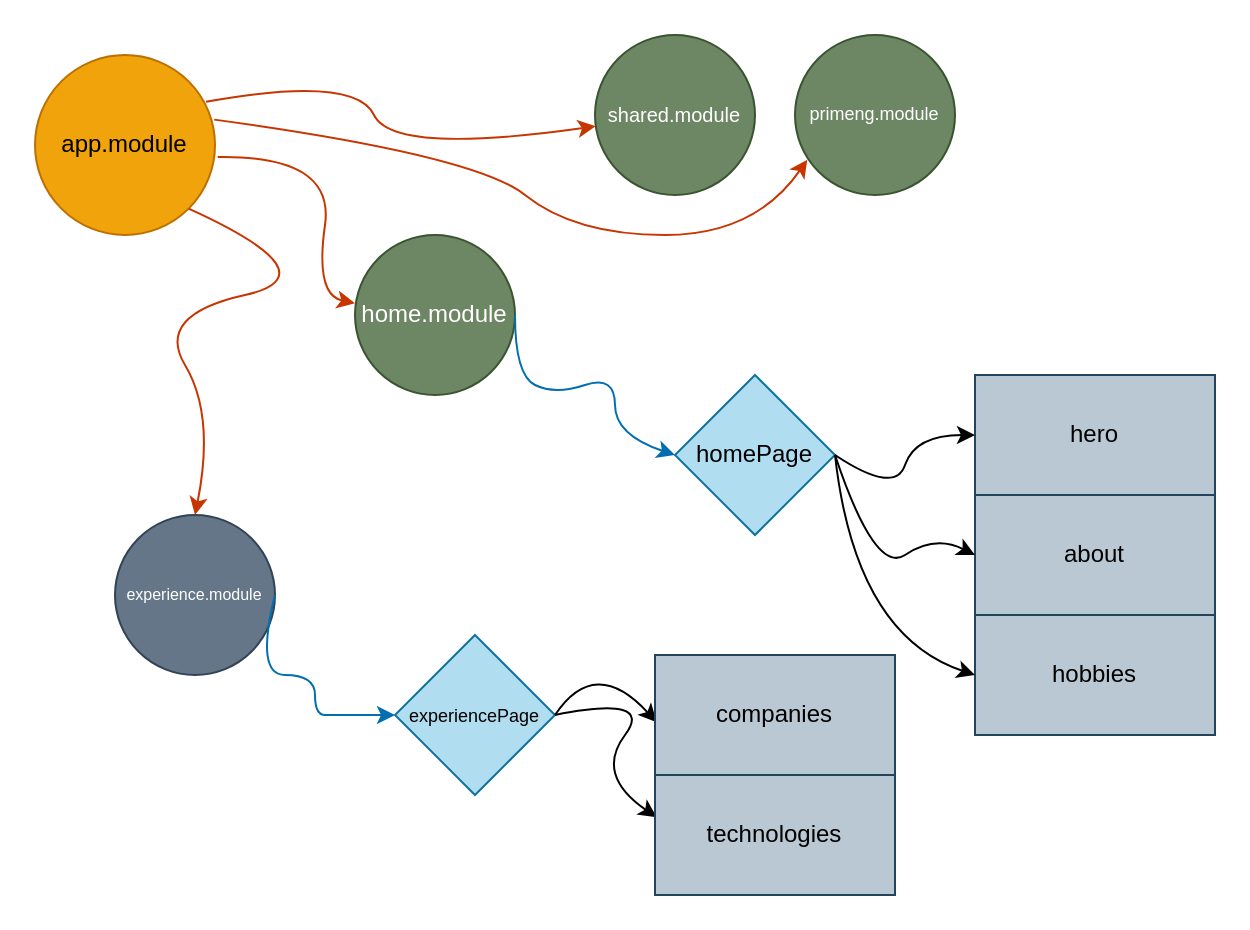
Earlier version of the draw.io diagram portfolio-angular.drawio (roberjacobo/portfolio-angular-roberjacobo). Source tidied: cells renumbered, new cells numbered last; positions are measured from the earlier drawing's top-left corner, leaving out a move shared by most shapes. Both pictures are drawn from the tidied source at 200%, with x=0, y=0 at pixel (34, 34).
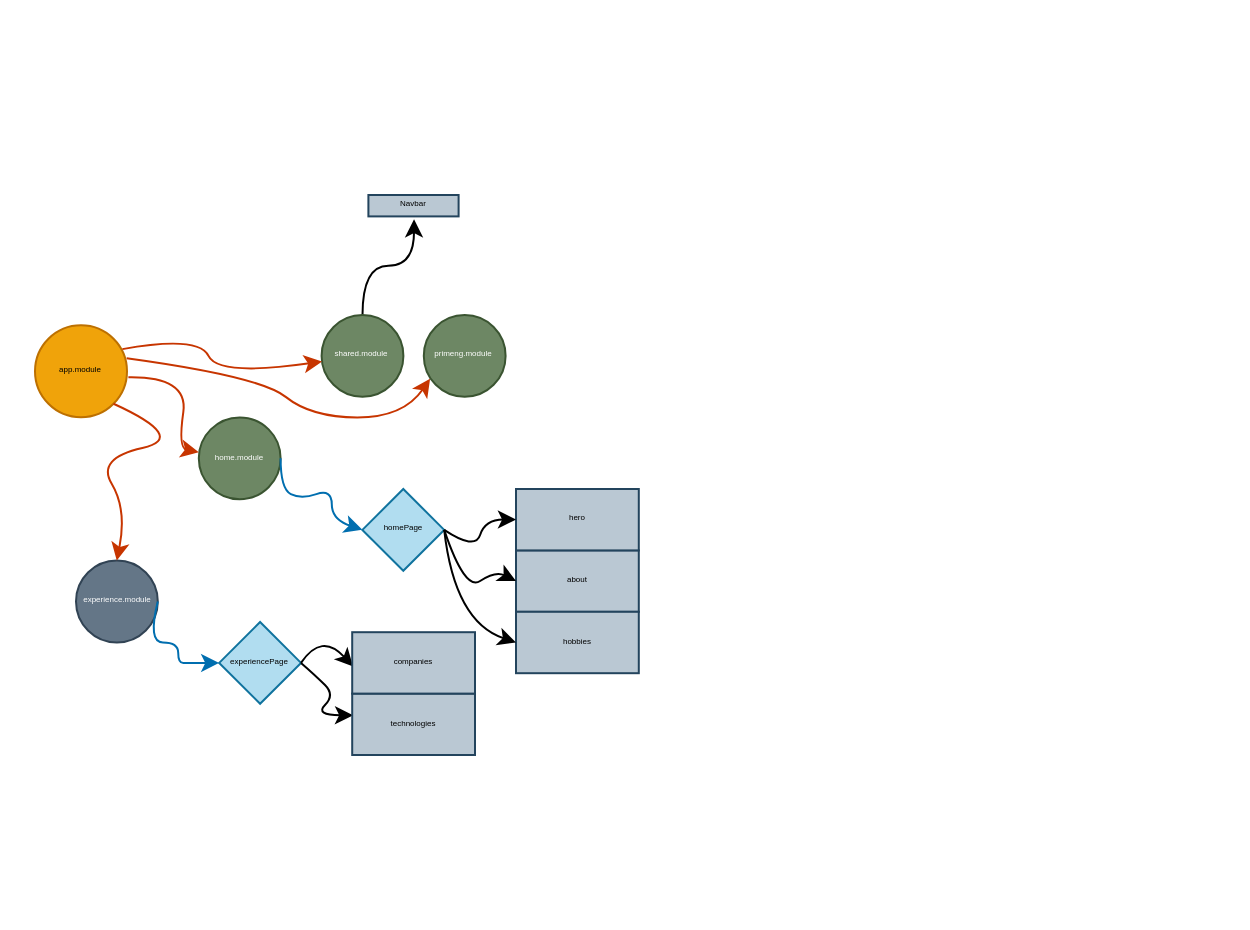
After the change.

Diff of the diagram source:
```diff
@@
+    <mxCell id="25" style="group;" parent="1" vertex="1">
+      <mxGeometry y="80" width="301.9" height="280" as="geometry" />
+    </mxCell>
-    <mxCell id="2" value="app.module" style="ellipse;whiteSpace=wrap;html=1;fillColor=#f0a30a;fontColor=#000000;strokeColor=#BD7000;" parent="1" vertex="1">
-      <mxGeometry y="10" width="90" height="90" as="geometry" />
+    <mxCell id="2" value="app.module" style="ellipse;whiteSpace=wrap;html=1;fillColor=#f0a30a;fontColor=#000000;strokeColor=#BD7000;fontSize=4;" parent="25" vertex="1">
+      <mxGeometry y="65.1" width="46" height="46" as="geometry" />
     </mxCell>
-    <mxCell id="3" value="home.module" style="ellipse;whiteSpace=wrap;html=1;fillColor=#6d8764;fontColor=#ffffff;strokeColor=#3A5431;" parent="1" vertex="1">
-      <mxGeometry x="160" y="100" width="80" height="80" as="geometry" />
+    <mxCell id="3" value="home.module" style="ellipse;whiteSpace=wrap;html=1;fillColor=#6d8764;fontColor=#ffffff;strokeColor=#3A5431;fontSize=4;" parent="25" vertex="1">
+      <mxGeometry x="81.9" y="111.2" width="40.9" height="40.9" as="geometry" />
     </mxCell>
-    <mxCell id="4" style="curved=1;endArrow=classic;html=1;rounded=0;exitX=1.015;exitY=0.567;exitDx=0;exitDy=0;exitPerimeter=0;entryX=0;entryY=0.426;entryDx=0;entryDy=0;entryPerimeter=0;fillColor=#fa6800;strokeColor=#C73500;" parent="1" edge="1" source="2" target="3">
+    <mxCell id="4" style="curved=1;endArrow=classic;html=1;rounded=0;exitX=1.015;exitY=0.567;exitDx=0;exitDy=0;exitPerimeter=0;entryX=0;entryY=0.426;entryDx=0;entryDy=0;entryPerimeter=0;fillColor=#fa6800;strokeColor=#C73500;fontSize=4;" parent="25" edge="1" source="2" target="3">
       <mxGeometry relative="1" as="geometry">
         <Array as="points">
-          <mxPoint x="150" y="60" />
-          <mxPoint x="140" y="130" />
+          <mxPoint x="76.7" y="90.7" />
+          <mxPoint x="71.6" y="126.5" />
         </Array>
       </mxGeometry>
     </mxCell>
-    <mxCell id="5" value="about" style="rounded=0;whiteSpace=wrap;html=1;fillColor=#bac8d3;strokeColor=#23445d;" parent="1" vertex="1">
-      <mxGeometry x="470" y="230" width="120" height="60" as="geometry" />
+    <mxCell id="5" value="about" style="rounded=0;whiteSpace=wrap;html=1;fillColor=#bac8d3;strokeColor=#23445d;fontSize=4;" parent="25" vertex="1">
+      <mxGeometry x="240.5" y="177.7" width="61.4" height="30.7" as="geometry" />
     </mxCell>
-    <mxCell id="6" value="hero" style="rounded=0;whiteSpace=wrap;html=1;fillColor=#bac8d3;strokeColor=#23445d;" parent="1" vertex="1">
-      <mxGeometry x="470" y="170" width="120" height="60" as="geometry" />
+    <mxCell id="6" value="hero" style="rounded=0;whiteSpace=wrap;html=1;fillColor=#bac8d3;strokeColor=#23445d;fontSize=4;" parent="25" vertex="1">
+      <mxGeometry x="240.5" y="147" width="61.4" height="30.7" as="geometry" />
     </mxCell>
-    <mxCell id="7" value="hobbies" style="rounded=0;whiteSpace=wrap;html=1;fillColor=#bac8d3;strokeColor=#23445d;" parent="1" vertex="1">
-      <mxGeometry x="470" y="290" width="120" height="60" as="geometry" />
+    <mxCell id="7" value="hobbies" style="rounded=0;whiteSpace=wrap;html=1;fillColor=#bac8d3;strokeColor=#23445d;fontSize=4;" parent="25" vertex="1">
+      <mxGeometry x="240.5" y="208.4" width="61.4" height="30.7" as="geometry" />
     </mxCell>
-    <mxCell id="8" value="homePage" style="rhombus;whiteSpace=wrap;html=1;fillColor=#b1ddf0;strokeColor=#10739e;" parent="1" vertex="1">
-      <mxGeometry x="320" y="170" width="80" height="80" as="geometry" />
+    <mxCell id="8" value="homePage" style="rhombus;whiteSpace=wrap;html=1;fillColor=#b1ddf0;strokeColor=#10739e;fontSize=4;" parent="25" vertex="1">
+      <mxGeometry x="163.7" y="147" width="40.9" height="40.9" as="geometry" />
     </mxCell>
-    <mxCell id="9" style="curved=1;endArrow=classic;html=1;rounded=0;entryX=0;entryY=0.5;entryDx=0;entryDy=0;exitX=1;exitY=0.5;exitDx=0;exitDy=0;fillColor=#1ba1e2;strokeColor=#006EAF;" parent="1" edge="1" source="3" target="8">
+    <mxCell id="9" style="curved=1;endArrow=classic;html=1;rounded=0;entryX=0;entryY=0.5;entryDx=0;entryDy=0;exitX=1;exitY=0.5;exitDx=0;exitDy=0;fillColor=#1ba1e2;strokeColor=#006EAF;fontSize=4;" parent="25" edge="1" source="3" target="8">
       <mxGeometry relative="1" as="geometry">
         <Array as="points">
-          <mxPoint x="240" y="170" />
-          <mxPoint x="260" y="180" />
-          <mxPoint x="290" y="170" />
-          <mxPoint x="290" y="200" />
-          <mxPoint x="320" y="210" />
+          <mxPoint x="122.8" y="147" />
+          <mxPoint x="133" y="152.1" />
+          <mxPoint x="148.4" y="147" />
+          <mxPoint x="148.4" y="162.3" />
+          <mxPoint x="163.7" y="167.4" />
         </Array>
       </mxGeometry>
     </mxCell>
-    <mxCell id="10" style="curved=1;endArrow=classic;html=1;rounded=0;exitX=1;exitY=0.5;exitDx=0;exitDy=0;" parent="1" edge="1" source="8">
+    <mxCell id="10" style="curved=1;endArrow=classic;html=1;rounded=0;exitX=1;exitY=0.5;exitDx=0;exitDy=0;fontSize=4;" parent="25" edge="1" source="8">
       <mxGeometry relative="1" as="geometry">
-        <mxPoint x="470" y="200" as="targetPoint" />
+        <mxPoint x="240.5" y="162.3" as="targetPoint" />
         <Array as="points">
-          <mxPoint x="430" y="230" />
-          <mxPoint x="440" y="200" />
+          <mxPoint x="220" y="177.7" />
+          <mxPoint x="225.1" y="162.3" />
         </Array>
       </mxGeometry>
     </mxCell>
-    <mxCell id="11" style="curved=1;endArrow=classic;html=1;rounded=0;exitX=1;exitY=0.5;exitDx=0;exitDy=0;" parent="1" edge="1" source="8">
+    <mxCell id="11" style="curved=1;endArrow=classic;html=1;rounded=0;exitX=1;exitY=0.5;exitDx=0;exitDy=0;fontSize=4;" parent="25" edge="1" source="8">
       <mxGeometry relative="1" as="geometry">
-        <mxPoint x="470" y="260" as="targetPoint" />
+        <mxPoint x="240.5" y="193" as="targetPoint" />
         <Array as="points">
-          <mxPoint x="420" y="270" />
-          <mxPoint x="450" y="250" />
+          <mxPoint x="214.9" y="198.1" />
+          <mxPoint x="230.2" y="187.9" />
         </Array>
       </mxGeometry>
     </mxCell>
-    <mxCell id="12" style="curved=1;endArrow=classic;html=1;rounded=0;exitX=1;exitY=0.5;exitDx=0;exitDy=0;" parent="1" edge="1" source="8">
+    <mxCell id="12" style="curved=1;endArrow=classic;html=1;rounded=0;exitX=1;exitY=0.5;exitDx=0;exitDy=0;fontSize=4;" parent="25" edge="1" source="8">
       <mxGeometry relative="1" as="geometry">
-        <mxPoint x="470" y="320" as="targetPoint" />
+        <mxPoint x="240.5" y="223.7" as="targetPoint" />
         <Array as="points">
-          <mxPoint x="410" y="300" />
+          <mxPoint x="209.8" y="213.5" />
         </Array>
       </mxGeometry>
     </mxCell>
-    <mxCell id="13" value="experience.module" style="ellipse;whiteSpace=wrap;html=1;fontSize=8;fillColor=#647687;fontColor=#ffffff;strokeColor=#314354;" parent="1" vertex="1">
-      <mxGeometry x="40" y="240" width="80" height="80" as="geometry" />
+    <mxCell id="13" value="experience.module" style="ellipse;whiteSpace=wrap;html=1;fontSize=4;fillColor=#647687;fontColor=#ffffff;strokeColor=#314354;" parent="25" vertex="1">
+      <mxGeometry x="20.5" y="182.8" width="40.9" height="40.9" as="geometry" />
     </mxCell>
-    <mxCell id="14" value="&lt;font style=&quot;font-size: 9px;&quot;&gt;experiencePage&lt;/font&gt;" style="rhombus;whiteSpace=wrap;html=1;fillColor=#b1ddf0;strokeColor=#10739e;" parent="1" vertex="1">
-      <mxGeometry x="180" y="300" width="80" height="80" as="geometry" />
+    <mxCell id="14" value="&lt;font style=&quot;font-size: 4px;&quot;&gt;experiencePage&lt;/font&gt;" style="rhombus;whiteSpace=wrap;html=1;fillColor=#b1ddf0;strokeColor=#10739e;fontSize=4;" parent="25" vertex="1">
+      <mxGeometry x="92.1" y="213.5" width="40.9" height="40.9" as="geometry" />
     </mxCell>
-    <mxCell id="15" style="curved=1;endArrow=classic;html=1;rounded=0;entryX=0;entryY=0.5;entryDx=0;entryDy=0;exitX=1;exitY=0.5;exitDx=0;exitDy=0;fillColor=#1ba1e2;strokeColor=#006EAF;" parent="1" edge="1" source="13" target="14">
+    <mxCell id="15" style="curved=1;endArrow=classic;html=1;rounded=0;entryX=0;entryY=0.5;entryDx=0;entryDy=0;exitX=1;exitY=0.5;exitDx=0;exitDy=0;fillColor=#1ba1e2;strokeColor=#006EAF;fontSize=4;" parent="25" edge="1" source="13" target="14">
       <mxGeometry relative="1" as="geometry">
         <Array as="points">
-          <mxPoint x="110" y="320" />
-          <mxPoint x="140" y="320" />
-          <mxPoint x="140" y="340" />
-          <mxPoint x="150" y="340" />
+          <mxPoint x="56.3" y="223.7" />
+          <mxPoint x="71.6" y="223.7" />
+          <mxPoint x="71.6" y="234" />
+          <mxPoint x="76.7" y="234" />
         </Array>
       </mxGeometry>
     </mxCell>
-    <mxCell id="16" style="curved=1;endArrow=classic;html=1;rounded=0;exitX=1;exitY=0.5;exitDx=0;exitDy=0;entryX=0.007;entryY=0.353;entryDx=0;entryDy=0;entryPerimeter=0;" parent="1" edge="1" source="14" target="17">
+    <mxCell id="16" style="curved=1;endArrow=classic;html=1;rounded=0;exitX=1;exitY=0.5;exitDx=0;exitDy=0;entryX=0.007;entryY=0.353;entryDx=0;entryDy=0;entryPerimeter=0;fontSize=4;" parent="25" edge="1" source="14" target="17">
       <mxGeometry relative="1" as="geometry">
         <Array as="points">
-          <mxPoint x="310" y="330" />
-          <mxPoint x="280" y="370" />
+          <mxPoint x="140" y="240" />
+          <mxPoint x="150" y="250" />
+          <mxPoint x="140" y="260" />
         </Array>
       </mxGeometry>
     </mxCell>
-    <mxCell id="17" value="technologies" style="rounded=0;whiteSpace=wrap;html=1;fillColor=#bac8d3;strokeColor=#23445d;" parent="1" vertex="1">
-      <mxGeometry x="310" y="370" width="120" height="60" as="geometry" />
+    <mxCell id="17" value="technologies" style="rounded=0;whiteSpace=wrap;html=1;fillColor=#bac8d3;strokeColor=#23445d;fontSize=4;" parent="25" vertex="1">
+      <mxGeometry x="158.6" y="249.3" width="61.4" height="30.7" as="geometry" />
     </mxCell>
-    <mxCell id="18" style="curved=1;endArrow=classic;html=1;rounded=0;exitX=1;exitY=0.5;exitDx=0;exitDy=0;entryX=0.007;entryY=0.56;entryDx=0;entryDy=0;entryPerimeter=0;" parent="1" edge="1" source="14" target="19">
+    <mxCell id="18" style="curved=1;endArrow=classic;html=1;rounded=0;exitX=1;exitY=0.5;exitDx=0;exitDy=0;entryX=0.007;entryY=0.56;entryDx=0;entryDy=0;entryPerimeter=0;fontSize=4;" parent="25" edge="1" source="14" target="19">
       <mxGeometry relative="1" as="geometry">
         <Array as="points">
-          <mxPoint x="280" y="310" />
+          <mxPoint x="143.3" y="218.6" />
         </Array>
       </mxGeometry>
     </mxCell>
-    <mxCell id="19" value="companies" style="rounded=0;whiteSpace=wrap;html=1;fillColor=#bac8d3;strokeColor=#23445d;" parent="1" vertex="1">
-      <mxGeometry x="310" y="310" width="120" height="60" as="geometry" />
+    <mxCell id="19" value="companies" style="rounded=0;whiteSpace=wrap;html=1;fillColor=#bac8d3;strokeColor=#23445d;fontSize=4;" parent="25" vertex="1">
+      <mxGeometry x="158.6" y="218.6" width="61.4" height="30.7" as="geometry" />
     </mxCell>
-    <mxCell id="20" style="curved=1;endArrow=classic;html=1;rounded=0;exitX=1;exitY=1;exitDx=0;exitDy=0;fillColor=#fa6800;strokeColor=#C73500;" parent="1" edge="1" source="2">
+    <mxCell id="20" style="curved=1;endArrow=classic;html=1;rounded=0;exitX=1;exitY=1;exitDx=0;exitDy=0;fillColor=#fa6800;strokeColor=#C73500;fontSize=4;" parent="25" edge="1" source="2">
       <mxGeometry relative="1" as="geometry">
-        <mxPoint x="80" y="240" as="targetPoint" />
+        <mxPoint x="40.9" y="182.8" as="targetPoint" />
         <Array as="points">
-          <mxPoint x="150" y="120" />
-          <mxPoint x="60" y="140" />
-          <mxPoint x="90" y="190" />
+          <mxPoint x="76.7" y="121.4" />
+          <mxPoint x="30.7" y="131.6" />
+          <mxPoint x="46" y="157.2" />
         </Array>
       </mxGeometry>
     </mxCell>
+    <mxCell id="26" style="edgeStyle=orthogonalEdgeStyle;rounded=0;jettySize=auto;html=1;exitX=0.5;exitY=0;exitDx=0;exitDy=0;entryX=0.506;entryY=1.129;entryDx=0;entryDy=0;curved=1;entryPerimeter=0;" parent="25" edge="1" source="21" target="27">
+      <mxGeometry relative="1" as="geometry" />
+    </mxCell>
-    <mxCell id="21" value="shared.module" style="ellipse;whiteSpace=wrap;html=1;fillColor=#6d8764;fontColor=#ffffff;strokeColor=#3A5431;fontSize=10;" parent="1" vertex="1">
-      <mxGeometry x="280" width="80" height="80" as="geometry" />
+    <mxCell id="21" value="shared.module" style="ellipse;whiteSpace=wrap;html=1;fillColor=#6d8764;fontColor=#ffffff;strokeColor=#3A5431;fontSize=4;" parent="25" vertex="1">
+      <mxGeometry x="143.3" y="60" width="40.9" height="40.9" as="geometry" />
     </mxCell>
-    <mxCell id="22" value="primeng.module" style="ellipse;whiteSpace=wrap;html=1;fillColor=#6d8764;fontColor=#ffffff;strokeColor=#3A5431;fontSize=9;" parent="1" vertex="1">
-      <mxGeometry x="380" width="80" height="80" as="geometry" />
+    <mxCell id="22" value="primeng.module" style="ellipse;whiteSpace=wrap;html=1;fillColor=#6d8764;fontColor=#ffffff;strokeColor=#3A5431;fontSize=4;" parent="25" vertex="1">
+      <mxGeometry x="194.4" y="60" width="40.9" height="40.9" as="geometry" />
     </mxCell>
-    <mxCell id="23" style="curved=1;endArrow=classic;html=1;rounded=0;exitX=0.95;exitY=0.26;exitDx=0;exitDy=0;exitPerimeter=0;fillColor=#fa6800;strokeColor=#C73500;" parent="1" edge="1" source="2" target="21">
+    <mxCell id="23" style="curved=1;endArrow=classic;html=1;rounded=0;exitX=0.95;exitY=0.26;exitDx=0;exitDy=0;exitPerimeter=0;fillColor=#fa6800;strokeColor=#C73500;fontSize=4;" parent="25" edge="1" source="2" target="21">
       <mxGeometry relative="1" as="geometry">
         <Array as="points">
-          <mxPoint x="160" y="20" />
-          <mxPoint x="179" y="60" />
+          <mxPoint x="81.9" y="70.2" />
+          <mxPoint x="91.6" y="90.7" />
         </Array>
       </mxGeometry>
     </mxCell>
-    <mxCell id="24" style="curved=1;endArrow=classic;html=1;rounded=0;fillColor=#fa6800;strokeColor=#C73500;entryX=0.077;entryY=0.779;entryDx=0;entryDy=0;entryPerimeter=0;exitX=0.996;exitY=0.359;exitDx=0;exitDy=0;exitPerimeter=0;" parent="1" edge="1" source="2" target="22">
+    <mxCell id="24" style="curved=1;endArrow=classic;html=1;rounded=0;fillColor=#fa6800;strokeColor=#C73500;entryX=0.077;entryY=0.779;entryDx=0;entryDy=0;entryPerimeter=0;exitX=0.996;exitY=0.359;exitDx=0;exitDy=0;exitPerimeter=0;fontSize=4;" parent="25" edge="1" source="2" target="22">
       <mxGeometry relative="1" as="geometry">
         <Array as="points">
-          <mxPoint x="220" y="60" />
-          <mxPoint x="270" y="100" />
-          <mxPoint x="360" y="100" />
+          <mxPoint x="112.6" y="90.7" />
+          <mxPoint x="138.1" y="111.2" />
+          <mxPoint x="184.2" y="111.2" />
         </Array>
       </mxGeometry>
     </mxCell>
+    <mxCell id="27" value="Navbar" style="rounded=0;whiteSpace=wrap;html=1;fillColor=#bac8d3;strokeColor=#23445d;fontSize=4;" parent="25" vertex="1">
+      <mxGeometry x="166.7" width="45.1" height="10.7" as="geometry" />
+    </mxCell>
```
